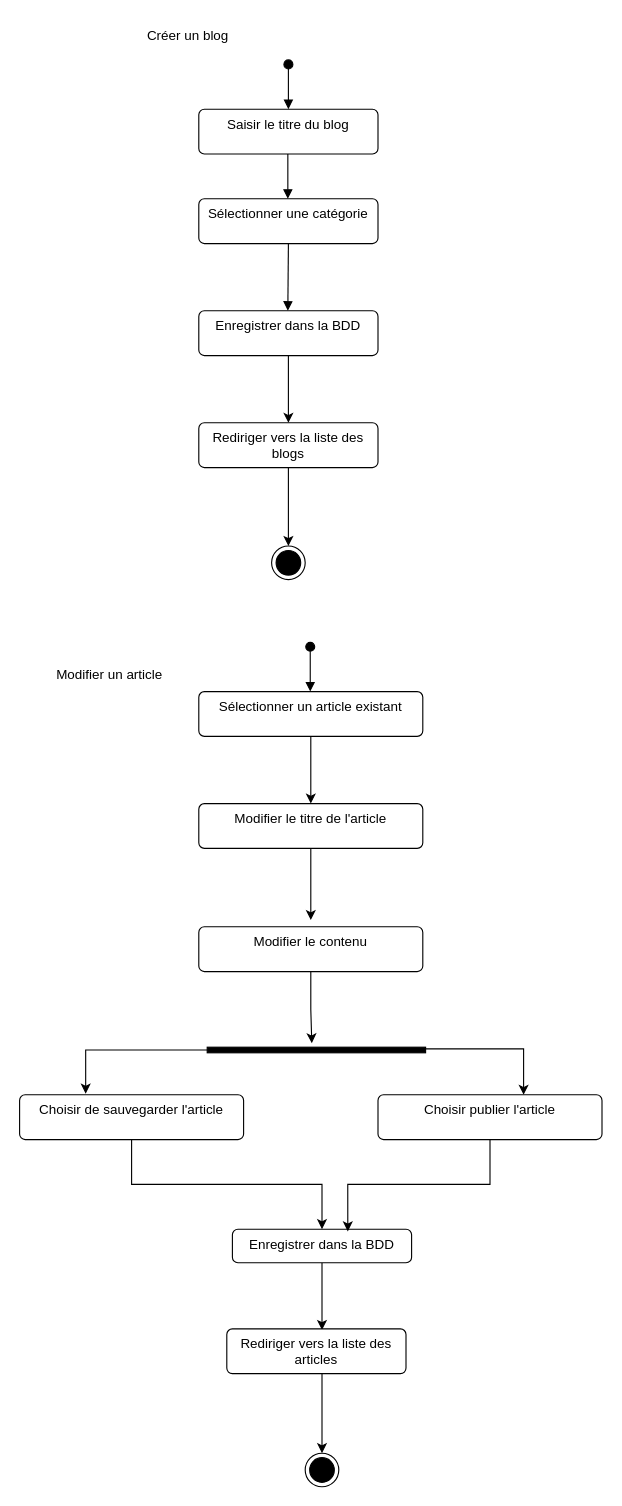
Above: page "Diagramme d'activité" (6 of 9) of Diagramme sans nom.drawio in Ali0908/BDD_UML (draw.io), before the change. Source tidied: cells renumbered, new cells numbered last; positions are measured from the earlier drawing's top-left corner, leaving out a move shared by most shapes. Both pictures are drawn from the tidied source at 112%, with x=0, y=0 at pixel (19, 19).
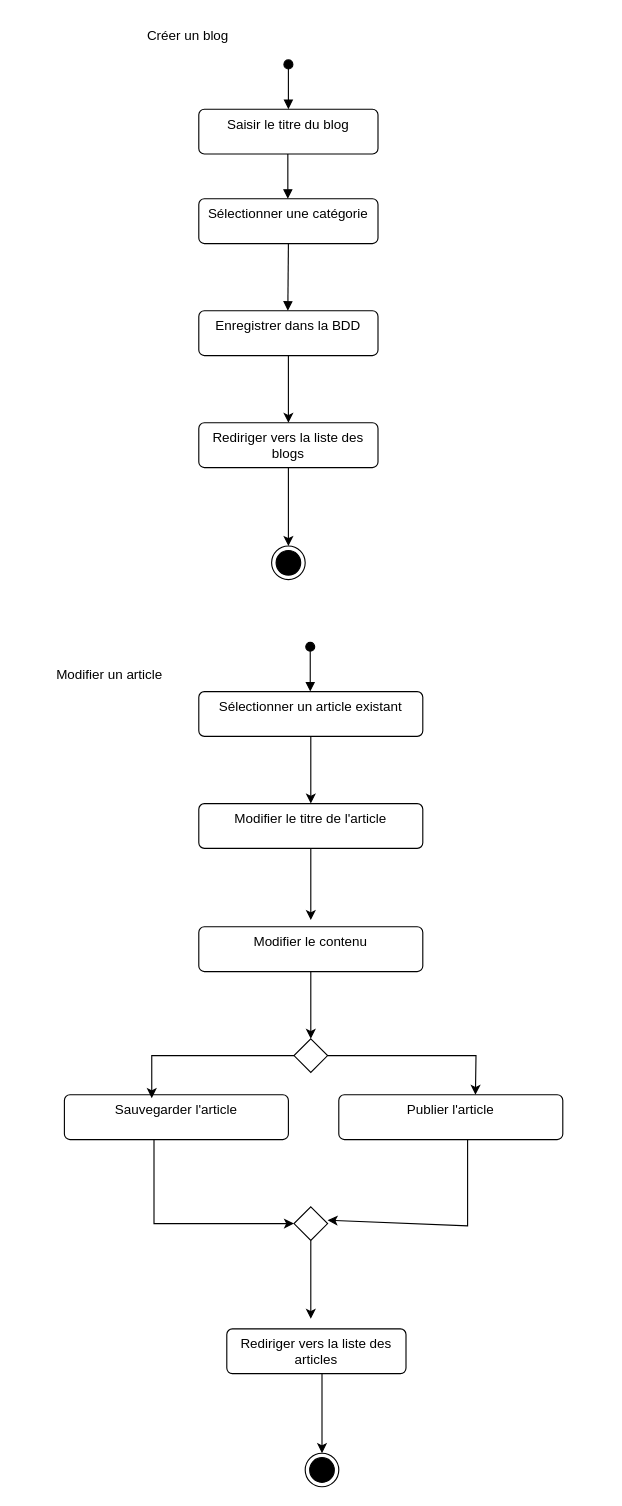
After the change.

Commit message:
MAJ diagramme d'activité

The change refers to these unchanged cells:
```xml
<mxCell id="17" value="Modifier le contenu" style="html=1;align=center;verticalAlign=top;rounded=1;absoluteArcSize=1;arcSize=10;dashed=0;whiteSpace=wrap;" parent="1" vertex="1">
  <mxGeometry x="160" y="810" width="200" height="40" as="geometry" />
</mxCell>
```

Diff of the diagram source:
```diff
@@
-    <mxCell id="16" style="edgeStyle=orthogonalEdgeStyle;rounded=0;jettySize=auto;html=1;exitX=0.5;exitY=1;exitDx=0;exitDy=0;entryX=-0.7;entryY=0.521;entryDx=0;entryDy=0;entryPerimeter=0;" parent="1" edge="1" source="17" target="21">
-      <mxGeometry relative="1" as="geometry" />
-    </mxCell>
+    <mxCell id="33" style="edgeStyle=orthogonalEdgeStyle;rounded=0;jettySize=auto;html=1;entryX=0.5;entryY=0;entryDx=0;entryDy=0;" parent="1" edge="1" source="17" target="35">
+      <mxGeometry relative="1" as="geometry" />
+    </mxCell>
@@
-    <mxCell id="19" style="edgeStyle=orthogonalEdgeStyle;rounded=0;jettySize=auto;html=1;entryX=0.295;entryY=-0.025;entryDx=0;entryDy=0;entryPerimeter=0;exitX=0.3;exitY=0.992;exitDx=0;exitDy=0;exitPerimeter=0;" parent="1" edge="1" source="21" target="23">
-      <mxGeometry relative="1" as="geometry">
-        <Array as="points">
-          <mxPoint x="169" y="920" />
-          <mxPoint x="59" y="920" />
-        </Array>
-      </mxGeometry>
-    </mxCell>
-    <mxCell id="20" style="edgeStyle=orthogonalEdgeStyle;rounded=0;jettySize=auto;html=1;entryX=0.65;entryY=0;entryDx=0;entryDy=0;entryPerimeter=0;exitX=0.3;exitY=0.003;exitDx=0;exitDy=0;exitPerimeter=0;" parent="1" edge="1" source="21" target="24">
-      <mxGeometry relative="1" as="geometry" />
-    </mxCell>
-    <mxCell id="21" style="html=1;points=[];perimeter=orthogonalPerimeter;fillColor=strokeColor;rotation=90;" parent="1" vertex="1">
-      <mxGeometry x="262.5" y="822.5" width="5" height="195" as="geometry" />
-    </mxCell>
-    <mxCell id="22" style="edgeStyle=orthogonalEdgeStyle;rounded=0;jettySize=auto;html=1;exitX=0.5;exitY=1;exitDx=0;exitDy=0;" parent="1" edge="1" source="23" target="27">
-      <mxGeometry relative="1" as="geometry" />
-    </mxCell>
+    <mxCell id="34" style="edgeStyle=orthogonalEdgeStyle;rounded=0;jettySize=auto;html=1;entryX=0;entryY=0.5;entryDx=0;entryDy=0;" parent="1" edge="1" source="23" target="39">
+      <mxGeometry relative="1" as="geometry">
+        <Array as="points">
+          <mxPoint x="120" y="1075" />
+        </Array>
+      </mxGeometry>
+    </mxCell>
-    <mxCell id="23" value="Choisir de sauvegarder l'article" style="html=1;align=center;verticalAlign=top;rounded=1;absoluteArcSize=1;arcSize=10;dashed=0;whiteSpace=wrap;" parent="1" vertex="1">
-      <mxGeometry y="960" width="200" height="40" as="geometry" />
+    <mxCell id="23" value="Sauvegarder l'article" style="html=1;align=center;verticalAlign=top;rounded=1;absoluteArcSize=1;arcSize=10;dashed=0;whiteSpace=wrap;" parent="1" vertex="1">
+      <mxGeometry x="40" y="960" width="200" height="40" as="geometry" />
     </mxCell>
-    <mxCell id="24" value="Choisir publier l'article" style="html=1;align=center;verticalAlign=top;rounded=1;absoluteArcSize=1;arcSize=10;dashed=0;whiteSpace=wrap;" parent="1" vertex="1">
-      <mxGeometry x="320" y="960" width="200" height="40" as="geometry" />
+    <mxCell id="24" value="Publier l'article" style="html=1;align=center;verticalAlign=top;rounded=1;absoluteArcSize=1;arcSize=10;dashed=0;whiteSpace=wrap;" parent="1" vertex="1">
+      <mxGeometry x="285" y="960" width="200" height="40" as="geometry" />
     </mxCell>
@@
-    <mxCell id="26" style="edgeStyle=orthogonalEdgeStyle;rounded=0;jettySize=auto;html=1;" parent="1" edge="1" source="27">
-      <mxGeometry relative="1" as="geometry">
-        <mxPoint x="270" y="1170" as="targetPoint" />
-      </mxGeometry>
-    </mxCell>
-    <mxCell id="27" value="Enregistrer dans la BDD" style="html=1;align=center;verticalAlign=top;rounded=1;absoluteArcSize=1;arcSize=10;dashed=0;whiteSpace=wrap;" parent="1" vertex="1">
-      <mxGeometry x="190" y="1080" width="160" height="30" as="geometry" />
-    </mxCell>
@@
-    <mxCell id="30" style="edgeStyle=orthogonalEdgeStyle;rounded=0;jettySize=auto;html=1;entryX=0.644;entryY=0.067;entryDx=0;entryDy=0;entryPerimeter=0;" parent="1" edge="1" source="24" target="27">
-      <mxGeometry relative="1" as="geometry" />
-    </mxCell>
@@
+    <mxCell id="35" style="rhombus;" parent="1" vertex="1">
+      <mxGeometry x="245" y="910" width="30" height="30" as="geometry" />
+    </mxCell>
+    <mxCell id="36" style="edgeStyle=orthogonalEdgeStyle;rounded=0;jettySize=auto;html=1;entryX=0.39;entryY=0.075;entryDx=0;entryDy=0;entryPerimeter=0;" parent="1" edge="1" source="35" target="23">
+      <mxGeometry relative="1" as="geometry" />
+    </mxCell>
+    <mxCell id="37" style="edgeStyle=orthogonalEdgeStyle;rounded=0;jettySize=auto;html=1;" parent="1" edge="1" source="35">
+      <mxGeometry relative="1" as="geometry">
+        <mxPoint x="407" y="960" as="targetPoint" />
+      </mxGeometry>
+    </mxCell>
+    <mxCell id="38" style="edgeStyle=orthogonalEdgeStyle;rounded=0;jettySize=auto;html=1;exitX=0.5;exitY=1;exitDx=0;exitDy=0;" parent="1" edge="1" source="39">
+      <mxGeometry relative="1" as="geometry">
+        <mxPoint x="260" y="1160" as="targetPoint" />
+      </mxGeometry>
+    </mxCell>
+    <mxCell id="39" style="rhombus;" parent="1" vertex="1">
+      <mxGeometry x="245" y="1060" width="30" height="30" as="geometry" />
+    </mxCell>
+    <mxCell id="40" style="endArrow=classic;html=1;rounded=0;exitX=0.575;exitY=1.075;exitDx=0;exitDy=0;exitPerimeter=0;entryX=1;entryY=0.5;entryDx=0;entryDy=0;" parent="1" edge="1">
+      <mxGeometry relative="1" as="geometry">
+        <mxPoint x="400" y="1000" as="sourcePoint" />
+        <mxPoint x="275" y="1072" as="targetPoint" />
+        <Array as="points">
+          <mxPoint x="400" y="1077" />
+        </Array>
+      </mxGeometry>
+    </mxCell>
```
